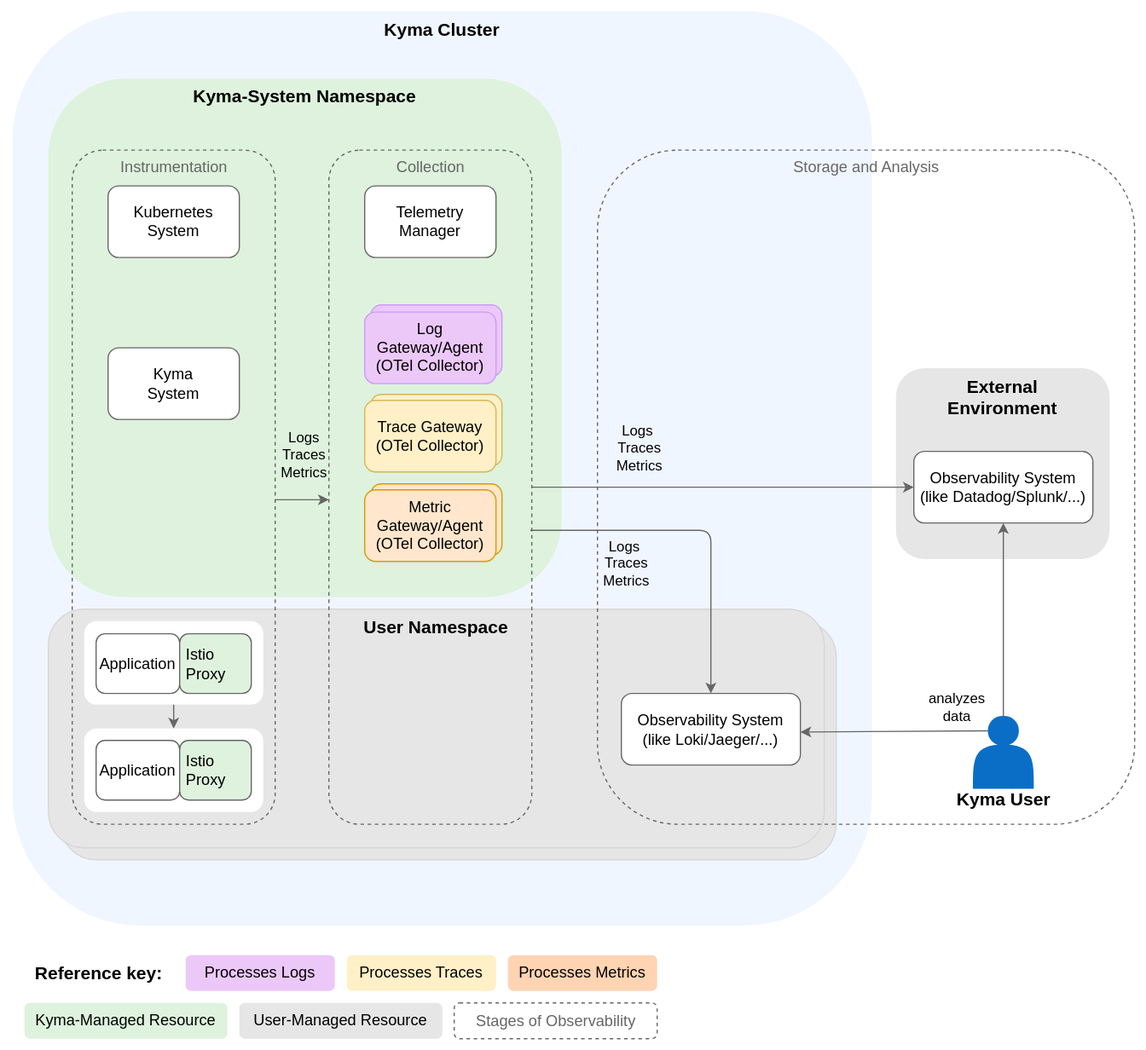
The draw.io diagram docs/user/assets/telemetry-arch.drawio.svg in kyma-project/telemetry-manager, before a commit. Source tidied: cells renumbered, new cells last; positions are measured from the earlier drawing's top-left corner, leaving out a move shared by most shapes.
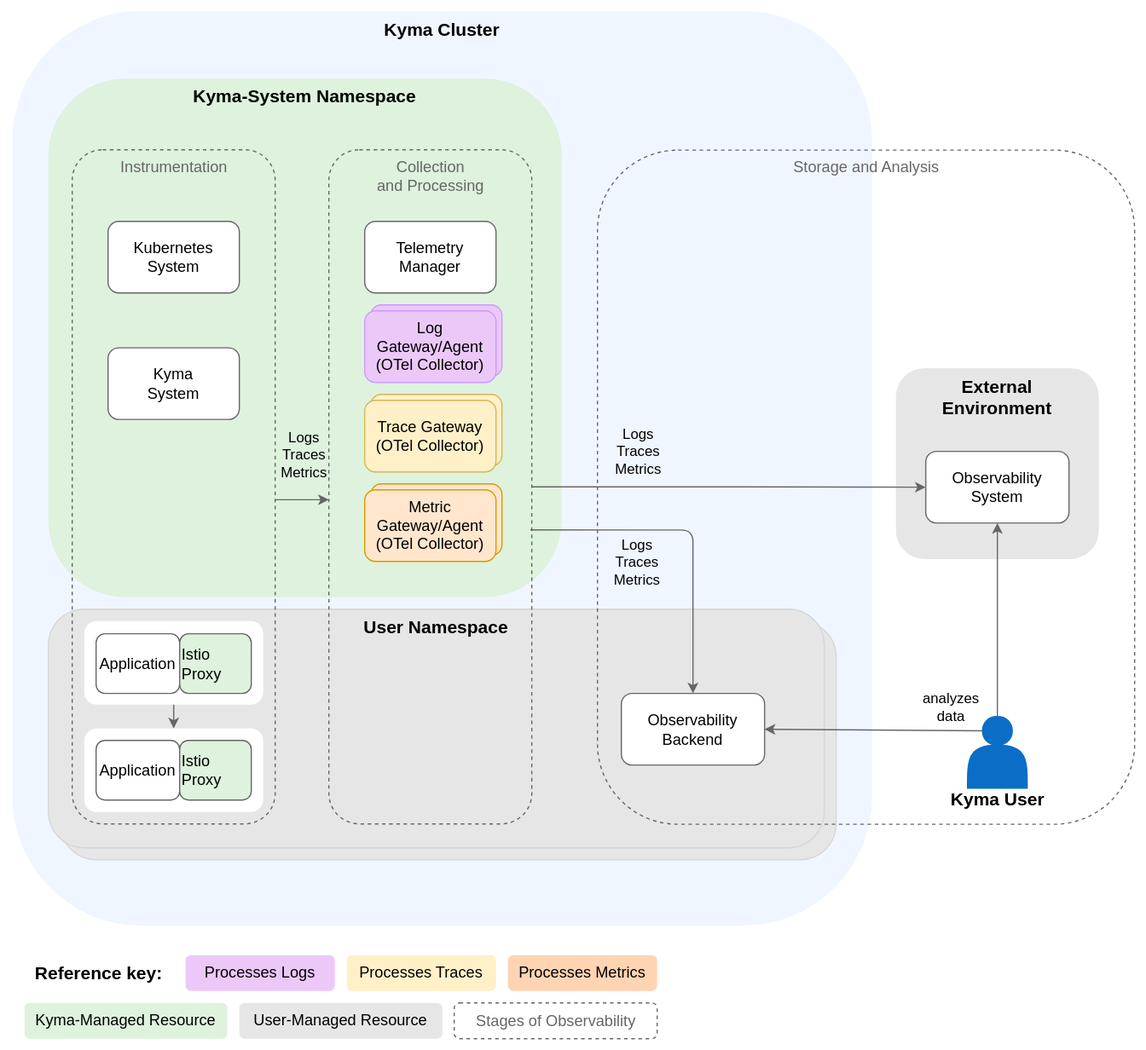
Later version of the same file.

What changed in the source:
```diff
@@ -21,29 +21,29 @@
       <mxGeometry x="500" y="125.3" width="450" height="565" as="geometry" />
     </mxCell>
     <mxCell id="8" value="&lt;b style=&quot;color: rgb(0, 0, 0);&quot;&gt;&lt;font style=&quot;font-size: 15px;&quot;&gt;External&lt;br&gt;Environment&lt;br&gt;&lt;/font&gt;&lt;/b&gt;" style="rounded=1;whiteSpace=wrap;html=1;fillColor=#e6e6e6;strokeColor=none;fontColor=#333333;verticalAlign=top;" parent="1" vertex="1">
-      <mxGeometry x="750" y="308" width="179" height="160" as="geometry" />
+      <mxGeometry x="750" y="308" width="170" height="160" as="geometry" />
     </mxCell>
     <mxCell id="9" style="edgeStyle=orthogonalEdgeStyle;rounded=1;jettySize=auto;html=1;entryX=0;entryY=0.5;entryDx=0;entryDy=0;strokeColor=#666666;exitX=1;exitY=0.5;exitDx=0;exitDy=0;" parent="1" edge="1" source="20" target="13">
       <mxGeometry relative="1" as="geometry" />
     </mxCell>
-    <mxCell id="10" value="Logs&amp;nbsp;&lt;br style=&quot;font-size: 12px;&quot;&gt;Traces&lt;br style=&quot;font-size: 12px;&quot;&gt;Metrics" style="edgeLabel;html=1;align=center;verticalAlign=middle;labelBackgroundColor=none;fontSize=12;" parent="9" vertex="1">
+    <mxCell id="10" value="Logs&amp;nbsp;&lt;br style=&quot;font-size: 12px;&quot;&gt;Traces&lt;br style=&quot;font-size: 12px;&quot;&gt;Metrics" style="edgeLabel;html=1;align=center;verticalAlign=middle;labelBackgroundColor=none;fontSize=12;fontColor=#000000;" parent="9" vertex="1">
       <mxGeometry x="-0.14" y="-2" relative="1" as="geometry">
-        <mxPoint x="-49" y="-35" as="offset" />
+        <mxPoint x="-54" y="-32" as="offset" />
       </mxGeometry>
     </mxCell>
     <mxCell id="11" style="edgeStyle=orthogonalEdgeStyle;rounded=1;jettySize=auto;html=1;entryX=0.5;entryY=0;entryDx=0;entryDy=0;strokeColor=#666666;exitX=0.993;exitY=0.564;exitDx=0;exitDy=0;exitPerimeter=0;" parent="1" edge="1" source="20" target="14">
       <mxGeometry relative="1" as="geometry" />
     </mxCell>
-    <mxCell id="12" value="Logs&amp;nbsp;&lt;br style=&quot;border-color: var(--border-color); font-size: 12px;&quot;&gt;Traces&lt;br style=&quot;font-size: 12px;&quot;&gt;Metrics" style="edgeLabel;html=1;align=center;verticalAlign=middle;labelBackgroundColor=none;fontSize=12;" parent="11" vertex="1">
+    <mxCell id="12" value="Logs&amp;nbsp;&lt;br style=&quot;border-color: var(--border-color); font-size: 12px;&quot;&gt;Traces&lt;br style=&quot;font-size: 12px;&quot;&gt;Metrics" style="edgeLabel;html=1;align=center;verticalAlign=middle;labelBackgroundColor=none;fontSize=12;fontColor=#000000;" parent="11" vertex="1">
       <mxGeometry x="-0.39" y="-4" relative="1" as="geometry">
-        <mxPoint x="-7" y="24" as="offset" />
+        <mxPoint x="6" y="23" as="offset" />
       </mxGeometry>
     </mxCell>
-    <mxCell id="13" value="Observability System&lt;br style=&quot;font-size: 13px;&quot;&gt;(like Datadog/Splunk/...)" style="rounded=1;whiteSpace=wrap;html=1;fontColor=#000000;fillColor=#FFFFFF;strokeColor=#666666;fontSize=13;" parent="1" vertex="1">
-      <mxGeometry x="765" y="377.8" width="150" height="60" as="geometry" />
+    <mxCell id="13" value="Observability&amp;nbsp;&lt;div&gt;System&lt;br&gt;&lt;/div&gt;" style="rounded=1;whiteSpace=wrap;html=1;fontColor=#000000;fillColor=#FFFFFF;strokeColor=#666666;fontSize=13;" parent="1" vertex="1">
+      <mxGeometry x="775" y="377.8" width="120" height="60" as="geometry" />
     </mxCell>
-    <mxCell id="14" value="Observability System&lt;br style=&quot;font-size: 13px;&quot;&gt;(like Loki/Jaeger/...)" style="rounded=1;whiteSpace=wrap;html=1;fontColor=#000000;fillColor=#FFFFFF;strokeColor=#666666;fontSize=13;" parent="1" vertex="1">
-      <mxGeometry x="520" y="580.7" width="150" height="60" as="geometry" />
+    <mxCell id="14" value="Observability&amp;nbsp;&lt;div&gt;Backend&lt;br&gt;&lt;/div&gt;" style="rounded=1;whiteSpace=wrap;html=1;fontColor=#000000;fillColor=#FFFFFF;strokeColor=#666666;fontSize=13;" parent="1" vertex="1">
+      <mxGeometry x="520" y="580.7" width="120" height="60" as="geometry" />
     </mxCell>
     <mxCell id="15" style="edgeStyle=orthogonalEdgeStyle;rounded=1;orthogonalLoop=1;jettySize=auto;html=1;entryX=0;entryY=0.5;entryDx=0;entryDy=0;strokeColor=#666666;labelBackgroundColor=none;fontColor=#666666;" parent="1" edge="1">
       <mxGeometry relative="1" as="geometry">
@@ -51,25 +51,25 @@
         <mxPoint x="275" y="418.3" as="targetPoint" />
       </mxGeometry>
     </mxCell>
-    <mxCell id="16" value="&lt;font color=&quot;#000000&quot; style=&quot;font-size: 12px;&quot;&gt;Logs&lt;br style=&quot;font-size: 12px;&quot;&gt;Traces&lt;br style=&quot;font-size: 12px;&quot;&gt;Metrics&lt;br style=&quot;font-size: 12px;&quot;&gt;&lt;/font&gt;" style="edgeLabel;html=1;align=center;verticalAlign=middle;fontColor=#666666;labelBackgroundColor=none;fontSize=12;" parent="15" vertex="1">
+    <mxCell id="16" value="&lt;font style=&quot;font-size: 12px;&quot;&gt;Logs&lt;br style=&quot;font-size: 12px;&quot;&gt;Traces&lt;br style=&quot;font-size: 12px;&quot;&gt;Metrics&lt;br style=&quot;font-size: 12px;&quot;&gt;&lt;/font&gt;" style="edgeLabel;html=1;align=center;verticalAlign=middle;fontColor=#000000;labelBackgroundColor=none;fontSize=12;" parent="15" vertex="1">
       <mxGeometry x="-0.09" y="3" relative="1" as="geometry">
         <mxPoint x="2" y="-35" as="offset" />
       </mxGeometry>
     </mxCell>
     <mxCell id="17" value="&lt;font color=&quot;#666666&quot; style=&quot;font-size: 13px;&quot;&gt;Instrumentation&lt;br style=&quot;font-size: 13px;&quot;&gt;&lt;/font&gt;" style="html=1;fillColor=none;strokeColor=#666666;rounded=1;dashed=1;verticalAlign=top;fontSize=13;" parent="1" vertex="1">
-      <mxGeometry x="60" y="125.3" width="170" height="565" as="geometry" />
+      <mxGeometry x="60" y="125" width="170" height="565" as="geometry" />
     </mxCell>
     <mxCell id="18" value="Kubernetes&lt;br style=&quot;font-size: 13px;&quot;&gt;System" style="rounded=1;whiteSpace=wrap;html=1;fillColor=#FFFFFF;strokeColor=#666666;fontColor=#000000;fontSize=13;" parent="1" vertex="1">
-      <mxGeometry x="90" y="155.3" width="110" height="60" as="geometry" />
+      <mxGeometry x="90" y="185" width="110" height="60" as="geometry" />
     </mxCell>
     <mxCell id="19" value="Kyma&lt;br style=&quot;font-size: 13px;&quot;&gt;System" style="rounded=1;whiteSpace=wrap;html=1;fillColor=#FFFFFF;strokeColor=#666666;fontColor=#000000;fontSize=13;" parent="1" vertex="1">
       <mxGeometry x="90" y="291" width="110" height="60" as="geometry" />
     </mxCell>
-    <mxCell id="20" value="&lt;font color=&quot;#666666&quot; style=&quot;font-size: 13px;&quot;&gt;Collection&lt;br style=&quot;font-size: 13px;&quot;&gt;&lt;/font&gt;" style="html=1;fillColor=none;strokeColor=#666666;rounded=1;dashed=1;verticalAlign=top;fontSize=13;" parent="1" vertex="1">
-      <mxGeometry x="275" y="125.3" width="170" height="565" as="geometry" />
+    <mxCell id="20" value="&lt;font color=&quot;#666666&quot; style=&quot;font-size: 13px;&quot;&gt;Collection&amp;nbsp;&lt;/font&gt;&lt;div&gt;&lt;font color=&quot;#666666&quot; style=&quot;font-size: 13px;&quot;&gt;and Processing&lt;br style=&quot;font-size: 13px;&quot;&gt;&lt;/font&gt;&lt;/div&gt;" style="html=1;fillColor=none;strokeColor=#666666;rounded=1;dashed=1;verticalAlign=top;fontSize=13;" parent="1" vertex="1">
+      <mxGeometry x="275" y="125" width="170" height="565" as="geometry" />
     </mxCell>
     <mxCell id="21" value="Telemetry&lt;br style=&quot;font-size: 13px;&quot;&gt;Manager" style="rounded=1;whiteSpace=wrap;html=1;fontColor=#000000;fillColor=#FFFFFF;strokeColor=#666666;fontSize=13;" parent="1" vertex="1">
-      <mxGeometry x="305" y="155.3" width="110" height="60" as="geometry" />
+      <mxGeometry x="305" y="185" width="110" height="60" as="geometry" />
     </mxCell>
     <mxCell id="22" value="Log Agent&lt;br&gt;(Fluent Bit)" style="rounded=1;whiteSpace=wrap;html=1;fillColor=#ecc8f9;strokeColor=#CC99FF;fontColor=#000000;" parent="1" vertex="1">
       <mxGeometry x="310" y="255" width="110" height="60" as="geometry" />
@@ -77,7 +77,7 @@
     <mxCell id="23" value="Trace Gateway&lt;br&gt;(Otel Collector)" style="rounded=1;whiteSpace=wrap;html=1;fillColor=#fff0c7;strokeColor=#D6B656;fontColor=#000000;" parent="1" vertex="1">
       <mxGeometry x="310" y="330" width="110" height="60" as="geometry" />
     </mxCell>
-    <mxCell id="24" value="&lt;font style=&quot;font-size: 15px;&quot;&gt;&lt;b&gt;Reference key:&lt;/b&gt;&lt;/font&gt;" style="text;html=1;align=center;verticalAlign=middle;strokeColor=none;fillColor=default;" parent="1" vertex="1">
+    <mxCell id="24" value="&lt;font style=&quot;font-size: 15px;&quot;&gt;&lt;b&gt;Reference key:&lt;/b&gt;&lt;/font&gt;" style="text;html=1;align=center;verticalAlign=middle;strokeColor=none;fillColor=#FFFFFF;fontColor=#000000;" parent="1" vertex="1">
       <mxGeometry x="17" y="800" width="130" height="30" as="geometry" />
     </mxCell>
     <mxCell id="25" value="&lt;span style=&quot;color: rgb(0, 0, 0); font-family: Helvetica; font-size: 13px; font-style: normal; font-variant-ligatures: normal; font-variant-caps: normal; font-weight: 400; letter-spacing: normal; orphans: 2; text-indent: 0px; text-transform: none; widows: 2; word-spacing: 0px; -webkit-text-stroke-width: 0px; text-decoration-thickness: initial; text-decoration-style: initial; text-decoration-color: initial; float: none; display: inline !important;&quot;&gt;Processes Logs&lt;/span&gt;" style="text;whiteSpace=wrap;html=1;strokeColor=none;rounded=1;fillColor=#ecc8f9;align=center;fontSize=13;" parent="1" vertex="1">
@@ -99,7 +99,7 @@
       <mxGeometry x="310" y="405" width="110" height="60" as="geometry" />
     </mxCell>
     <mxCell id="31" style="group;" parent="1" vertex="1">
-      <mxGeometry x="795" y="600" width="90" height="79" as="geometry" />
+      <mxGeometry x="790" y="600" width="90" height="79" as="geometry" />
     </mxCell>
     <mxCell id="32" style="shape=actor;whiteSpace=wrap;html=1;fillColor=#0A6EC7;strokeColor=#0A6EC7;" parent="31" vertex="1">
       <mxGeometry x="20" width="50" height="60" as="geometry" />
@@ -107,26 +107,16 @@
     <mxCell id="33" value="&lt;font style=&quot;font-size: 15px&quot;&gt;&lt;b&gt;Kyma User&lt;/b&gt;&lt;/font&gt;" style="text;html=1;align=center;verticalAlign=middle;fontSize=15;" parent="31" vertex="1">
       <mxGeometry y="59" width="90" height="20" as="geometry" />
     </mxCell>
-    <mxCell id="34" style="rounded=1;jettySize=auto;html=1;strokeColor=#666666;entryX=0.5;entryY=1;entryDx=0;entryDy=0;exitX=0.5;exitY=0;exitDx=0;exitDy=0;edgeStyle=orthogonalEdgeStyle;" parent="1" edge="1" source="32" target="13">
-      <mxGeometry relative="1" as="geometry">
-        <Array as="points">
-          <mxPoint x="840" y="600" />
-          <mxPoint x="840" y="600" />
-        </Array>
-      </mxGeometry>
+    <mxCell id="34" style="rounded=1;jettySize=auto;html=1;strokeColor=#666666;entryX=0.5;entryY=1;entryDx=0;entryDy=0;exitX=0.5;exitY=0;exitDx=0;exitDy=0;" parent="1" edge="1" source="32" target="13">
+      <mxGeometry relative="1" as="geometry" />
     </mxCell>
-    <mxCell id="35" value="&lt;font style=&quot;font-size: 12px;&quot;&gt;analyzes &lt;br style=&quot;font-size: 12px;&quot;&gt;data&lt;br&gt;&lt;/font&gt;" style="edgeLabel;html=1;align=center;verticalAlign=middle;fontSize=12;labelBackgroundColor=none;" parent="34" vertex="1">
+    <mxCell id="35" value="&lt;font style=&quot;font-size: 12px;&quot;&gt;analyzes &lt;br style=&quot;font-size: 12px;&quot;&gt;data&lt;br&gt;&lt;/font&gt;" style="edgeLabel;html=1;align=center;verticalAlign=middle;fontSize=12;labelBackgroundColor=none;fontColor=#000000;" parent="34" vertex="1">
       <mxGeometry x="-0.05" relative="1" as="geometry">
         <mxPoint x="-40" y="68" as="offset" />
       </mxGeometry>
     </mxCell>
-    <mxCell id="36" style="rounded=1;jettySize=auto;html=1;strokeColor=#666666;exitX=0.25;exitY=0.2;exitDx=0;exitDy=0;exitPerimeter=0;edgeStyle=orthogonalEdgeStyle;" parent="1" edge="1" source="32">
-      <mxGeometry relative="1" as="geometry">
-        <mxPoint x="670" y="613" as="targetPoint" />
-        <Array as="points">
-          <mxPoint x="670" y="612" />
-        </Array>
-      </mxGeometry>
+    <mxCell id="36" style="rounded=1;jettySize=auto;html=1;strokeColor=#666666;exitX=0.25;exitY=0.2;exitDx=0;exitDy=0;exitPerimeter=0;entryX=1;entryY=0.5;entryDx=0;entryDy=0;" parent="1" edge="1" source="32" target="14">
+      <mxGeometry relative="1" as="geometry" />
     </mxCell>
     <mxCell id="37" value="Metric Gateway/Agent&lt;br style=&quot;font-size: 13px;&quot;&gt;(OTel&amp;nbsp;Collector)" style="rounded=1;whiteSpace=wrap;html=1;fillColor=#ffe6cc;strokeColor=#d79b00;fontSize=13;" parent="1" vertex="1">
       <mxGeometry x="305" y="410" width="110" height="60" as="geometry" />
@@ -135,7 +125,7 @@
       <mxGeometry x="305" y="335" width="110" height="60" as="geometry" />
     </mxCell>
     <mxCell id="39" value="Log Gateway/Agent&lt;br style=&quot;font-size: 13px;&quot;&gt;(OTel Collector)" style="rounded=1;whiteSpace=wrap;html=1;fillColor=#ecc8f9;strokeColor=#CC99FF;fontColor=#000000;fontSize=13;" parent="1" vertex="1">
-      <mxGeometry x="305" y="261" width="110" height="60" as="geometry" />
+      <mxGeometry x="305" y="260" width="110" height="60" as="geometry" />
     </mxCell>
     <mxCell id="40" style="rounded=1;whiteSpace=wrap;html=1;fillColor=#FFFFFF;strokeColor=none;fontColor=#000000;dashed=1;dashPattern=1 4;" parent="1" vertex="1">
       <mxGeometry x="70" y="520" width="150" height="70" as="geometry" />
```
